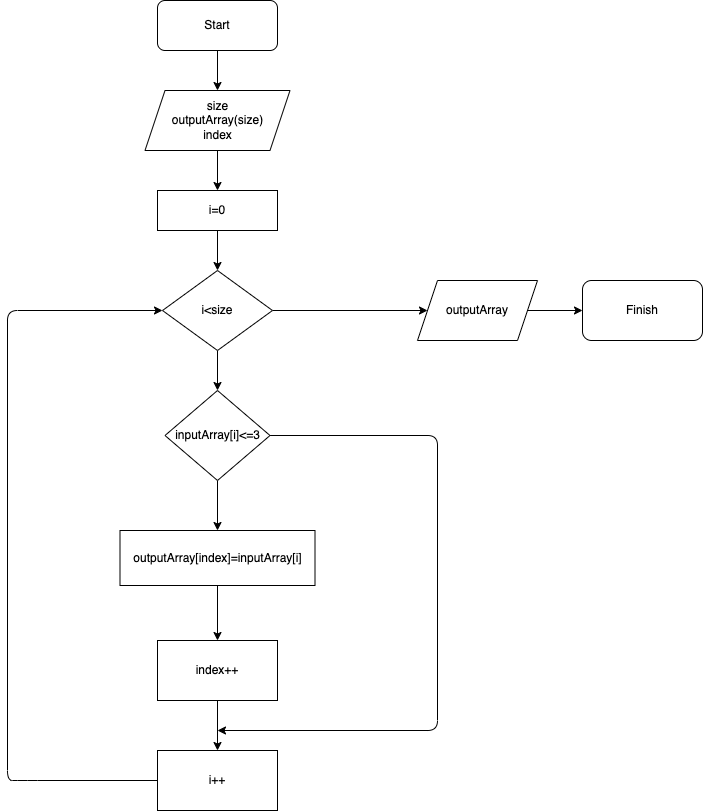
Above: algoritm.drawio.png in Slavik19101979/ControlWork (draw.io), before the change. Source tidied: cells renumbered, new cells last; positions are measured from the earlier drawing's top-left corner, leaving out a move shared by most shapes.
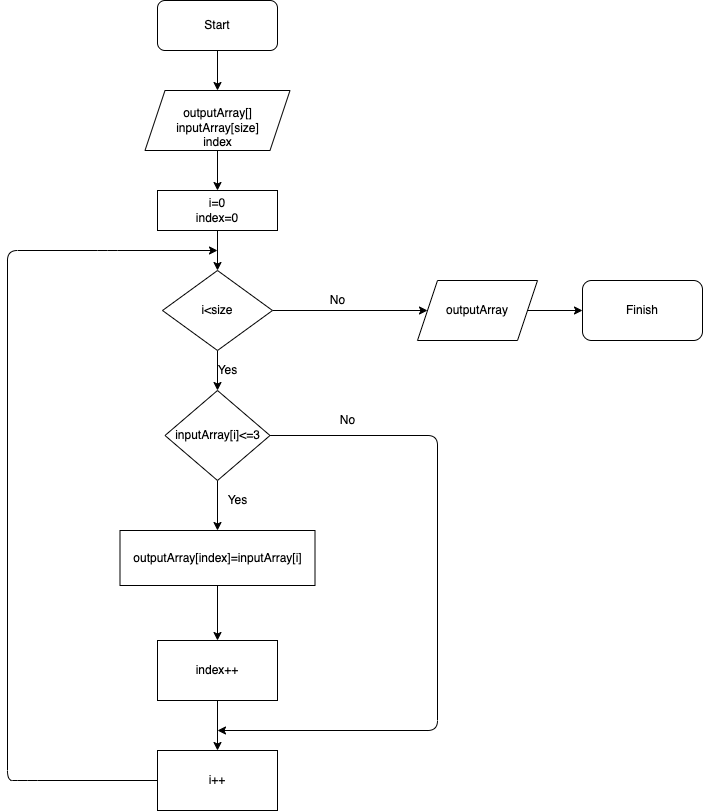
The same file after the commit.

What changed in the source:
```diff
@@ -11,13 +11,13 @@
     <mxCell id="4" style="edgeStyle=none;html=1;entryX=0.5;entryY=0;entryDx=0;entryDy=0;" parent="1" edge="1" source="5" target="7">
       <mxGeometry relative="1" as="geometry" />
     </mxCell>
-    <mxCell id="5" value="size&lt;br&gt;outputArray(size)&lt;br&gt;index" style="shape=parallelogram;perimeter=parallelogramPerimeter;whiteSpace=wrap;html=1;fixedSize=1;" parent="1" vertex="1">
+    <mxCell id="5" value="&lt;br&gt;outputArray[]&lt;br&gt;inputArray[size]&lt;br&gt;index" style="shape=parallelogram;perimeter=parallelogramPerimeter;whiteSpace=wrap;html=1;fixedSize=1;" parent="1" vertex="1">
       <mxGeometry x="137.5" y="90" width="145" height="60" as="geometry" />
     </mxCell>
     <mxCell id="6" style="edgeStyle=none;html=1;exitX=0.5;exitY=1;exitDx=0;exitDy=0;entryX=0.5;entryY=0;entryDx=0;entryDy=0;" parent="1" edge="1" source="7" target="10">
       <mxGeometry relative="1" as="geometry" />
     </mxCell>
-    <mxCell id="7" value="i=0" style="rounded=0;whiteSpace=wrap;html=1;" parent="1" vertex="1">
+    <mxCell id="7" value="i=0&lt;br&gt;index=0" style="rounded=0;whiteSpace=wrap;html=1;" parent="1" vertex="1">
       <mxGeometry x="150" y="190" width="120" height="40" as="geometry" />
     </mxCell>
     <mxCell id="8" style="edgeStyle=none;html=1;entryX=0.5;entryY=0;entryDx=0;entryDy=0;" parent="1" edge="1" source="10" target="13">
@@ -65,17 +65,31 @@
     <mxCell id="20" value="index++" style="rounded=0;whiteSpace=wrap;html=1;" parent="1" vertex="1">
       <mxGeometry x="150" y="640" width="120" height="60" as="geometry" />
     </mxCell>
-    <mxCell id="21" style="edgeStyle=none;html=1;entryX=0;entryY=0.5;entryDx=0;entryDy=0;" parent="1" edge="1" source="22" target="10">
+    <mxCell id="21" style="edgeStyle=none;html=1;" parent="1" edge="1" source="22">
       <mxGeometry relative="1" as="geometry">
+        <mxPoint x="210" y="250" as="targetPoint" />
         <Array as="points">
           <mxPoint x="20" y="780" />
           <mxPoint y="780" />
-          <mxPoint y="310" />
+          <mxPoint y="250" />
+          <mxPoint x="100" y="250" />
         </Array>
       </mxGeometry>
     </mxCell>
     <mxCell id="22" value="i++" style="rounded=0;whiteSpace=wrap;html=1;" parent="1" vertex="1">
       <mxGeometry x="150" y="750" width="120" height="60" as="geometry" />
     </mxCell>
+    <mxCell id="23" value="No" style="text;html=1;align=center;verticalAlign=middle;strokeColor=none;fillColor=none;" parent="1" vertex="1">
+      <mxGeometry x="315" y="290" width="30" height="20" as="geometry" />
+    </mxCell>
+    <mxCell id="24" value="Yes" style="text;html=1;align=center;verticalAlign=middle;strokeColor=none;fillColor=none;" parent="1" vertex="1">
+      <mxGeometry x="200" y="360" width="40" height="20" as="geometry" />
+    </mxCell>
+    <mxCell id="25" value="Yes" style="text;html=1;align=center;verticalAlign=middle;strokeColor=none;fillColor=none;" parent="1" vertex="1">
+      <mxGeometry x="210" y="490" width="40" height="20" as="geometry" />
+    </mxCell>
+    <mxCell id="26" value="No" style="text;html=1;align=center;verticalAlign=middle;strokeColor=none;fillColor=none;" parent="1" vertex="1">
+      <mxGeometry x="325" y="410" width="30" height="20" as="geometry" />
+    </mxCell>
   </root>
 </mxGraphModel>
```
